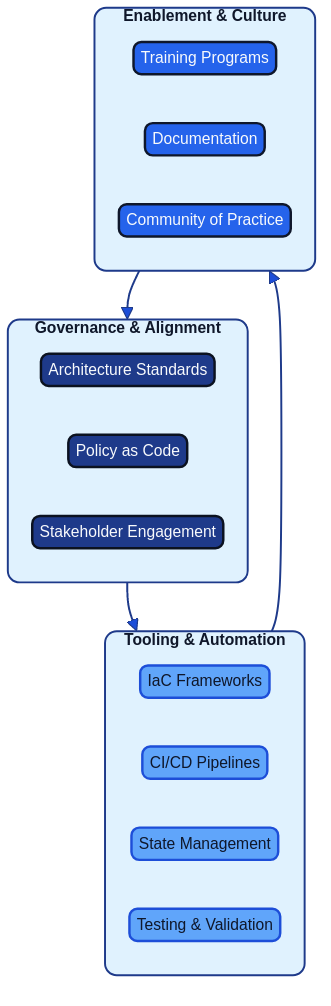
Geonitab/architecture_as_code keeps this Mermaid diagram as docs/images/diagram_15_chapter14.png. Above is the earlier version. Its source is kept beside it as docs/images/diagram_15_chapter14.mmd. Source of this version:
```mermaid
flowchart TB
    subgraph Governance[Governance & Alignment]
        G1[Architecture Standards]:::kv-primary
        G2[Policy as Code]:::kv-primary
        G3[Stakeholder Engagement]:::kv-primary
    end

    subgraph Tooling[Tooling & Automation]
        T1[IaC Frameworks]:::kv-highlight
        T2[CI/CD Pipelines]:::kv-highlight
        T3[State Management]:::kv-highlight
        T4[Testing & Validation]:::kv-highlight
    end

    subgraph Enablement[Enablement & Culture]
        E1[Training Programs]:::kv-accent
        E2[Documentation]:::kv-accent
        E3[Community of Practice]:::kv-accent
    end

    Governance --> Tooling
    Tooling --> Enablement
    Enablement --> Governance
```
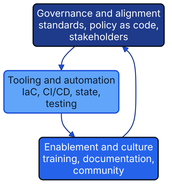
Above is the later version.

Change to the diagram source:
```diff
@@ -1,23 +1,5 @@
 flowchart TB
-    subgraph Governance[Governance & Alignment]
-        G1[Architecture Standards]:::kv-primary
-        G2[Policy as Code]:::kv-primary
-        G3[Stakeholder Engagement]:::kv-primary
-    end
-
-    subgraph Tooling[Tooling & Automation]
-        T1[IaC Frameworks]:::kv-highlight
-        T2[CI/CD Pipelines]:::kv-highlight
-        T3[State Management]:::kv-highlight
-        T4[Testing & Validation]:::kv-highlight
-    end
-
-    subgraph Enablement[Enablement & Culture]
-        E1[Training Programs]:::kv-accent
-        E2[Documentation]:::kv-accent
-        E3[Community of Practice]:::kv-accent
-    end
-
-    Governance --> Tooling
-    Tooling --> Enablement
-    Enablement --> Governance
+    G["Governance and alignment<br/>standards, policy as code,<br/>stakeholders"]:::kv-primary
+    T["Tooling and automation<br/>IaC, CI/CD, state,<br/>testing"]:::kv-highlight
+    E["Enablement and culture<br/>training, documentation,<br/>community"]:::kv-accent
+    G --> T --> E --> G
```
